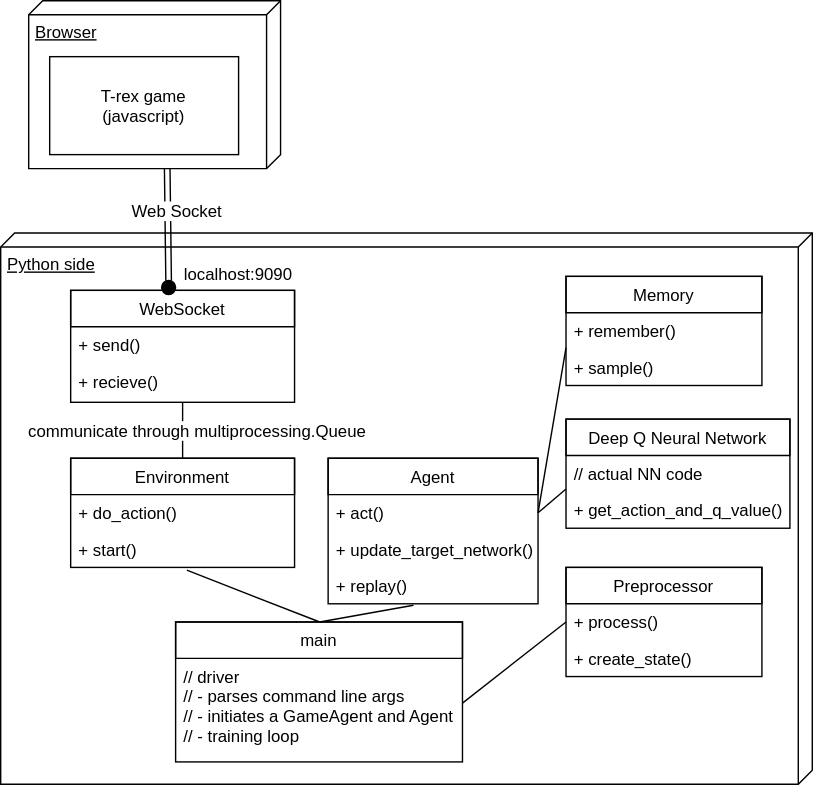
The draw.io diagram assets/TF-rex-arch-2.svg in vdutor/TF-rex, before a commit. Source tidied: cells renumbered, new cells last; positions are measured from the earlier drawing's top-left corner, leaving out a move shared by most shapes.
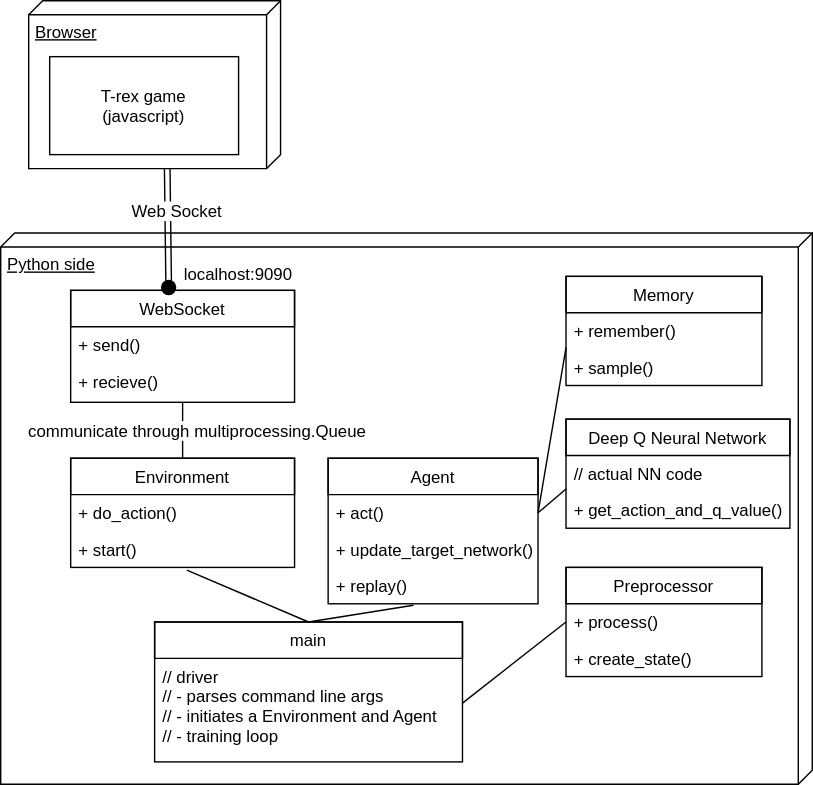
Above is the later version.

Diff of the diagram source:
```diff
@@ -93,10 +93,10 @@
       <mxGeometry relative="1" as="geometry" />
     </mxCell>
     <mxCell id="30" value="main" style="swimlane;fontStyle=0;horizontal=1;startSize=26;fillColor=none;swimlaneFillColor=#ffffff;" parent="1" vertex="1">
-      <mxGeometry x="125" y="444" width="205" height="100" as="geometry" />
+      <mxGeometry x="110" y="444" width="220" height="100" as="geometry" />
     </mxCell>
-    <mxCell id="31" value="// driver&#10;// - parses command line args&#10;// - initiates a GameAgent and Agent&#10;// - training loop" style="text;strokeColor=none;fillColor=none;align=left;verticalAlign=top;spacingLeft=4;spacingRight=4;overflow=hidden;points=[[0,0.5],[1,0.5]];portConstraint=eastwest;" parent="30" vertex="1">
-      <mxGeometry y="26" width="205" height="74" as="geometry" />
+    <mxCell id="31" value="// driver&#10;// - parses command line args&#10;// - initiates a Environment and Agent&#10;// - training loop" style="text;strokeColor=none;fillColor=none;align=left;verticalAlign=top;spacingLeft=4;spacingRight=4;overflow=hidden;points=[[0,0.5],[1,0.5]];portConstraint=eastwest;" parent="30" vertex="1">
+      <mxGeometry y="26" width="220" height="74" as="geometry" />
     </mxCell>
     <mxCell id="32" style="endArrow=none;html=1;entryX=0.407;entryY=1.038;entryPerimeter=0;exitX=0.5;exitY=0;" parent="1" edge="1" source="30" target="26">
       <mxGeometry relative="1" as="geometry" />
```
